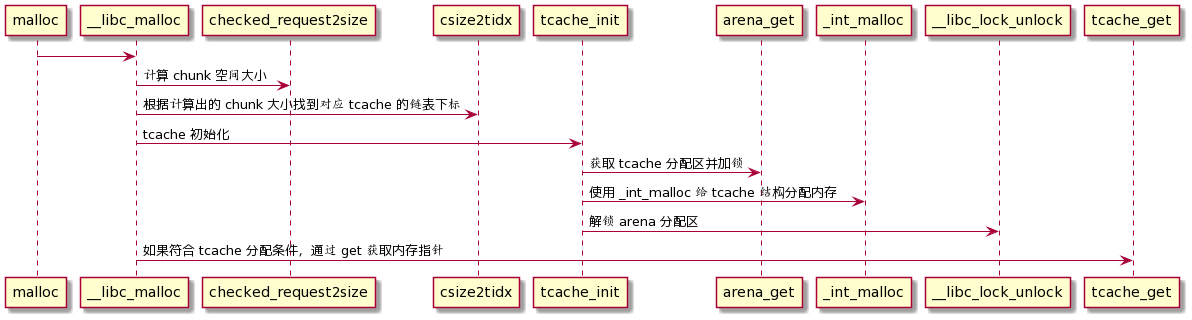
The PlantUML diagram Doc/02_内存管理/pic/tcache.png in HATTER-LONG/glibc_Learnging, before a commit. Its diagram source:
```plantuml
@startuml
malloc -> __libc_malloc
__libc_malloc -> checked_request2size: 计算 chunk 空间大小
__libc_malloc -> csize2tidx: 根据计算出的 chunk 大小找到对应 tcache 的链表下标
__libc_malloc -> tcache_init: tcache 初始化
tcache_init -> arena_get: 获取 tcache 分配区并加锁
tcache_init -> _int_malloc: 使用 _int_malloc 给 tcache 结构分配内存
tcache_init -> __libc_lock_unlock: 解锁 arena 分配区
__libc_malloc -> tcache_get: 如果符合 tcache 分配条件，通过 get 获取内存指针
@enduml
```
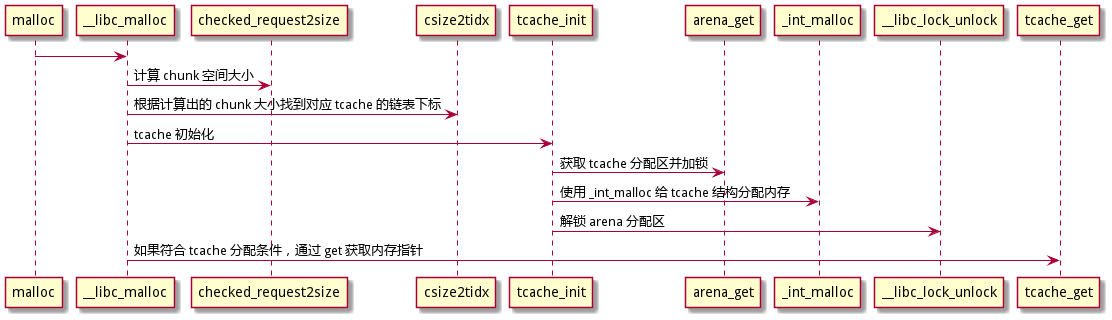
After the change.

The edit, as a diff of the source:
```diff
@@ -1,4 +1,4 @@
-@startuml
+@startuml tcache
 malloc -> __libc_malloc
 __libc_malloc -> checked_request2size: 计算 chunk 空间大小
 __libc_malloc -> csize2tidx: 根据计算出的 chunk 大小找到对应 tcache 的链表下标
```
